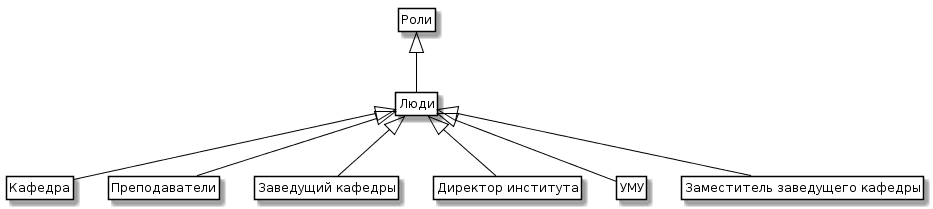
Above: Роли.png in AnastasyTol/AnastasyTol.github.io (PlantUML), before the change.
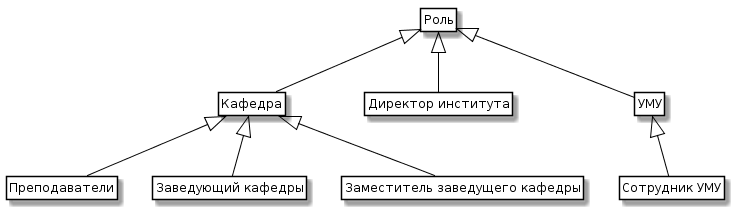
The same diagram one commit later.

What changed in the source:
```diff
@@ -4,15 +4,15 @@
 	ArrowColor Black
 	BorderColor Black
 }
-class Роли
+class Роль
 
-Роли   <|-- "Люди"
-Люди   <|-- "Кафедра"
-Люди   <|-- "Преподаватели"
-Люди   <|-- "Заведущий кафедры"
-Люди   <|-- "Директор института"
-Люди   <|-- "УМУ"
-Люди   <|-- "Заместитель заведущего кафедры"
+Роль   <|-- "Кафедра"
+Кафедра<|-- "Преподаватели"
+Кафедра<|-- "Заведующий кафедры"
+Кафедра<|-- "Заместитель заведущего кафедры"
+Роль      <|-- "Директор института"
+Роль   <|-- "УМУ"
+УМУ <|-- "Сотрудник УМУ"
 
 hide members
 hide circle
```
